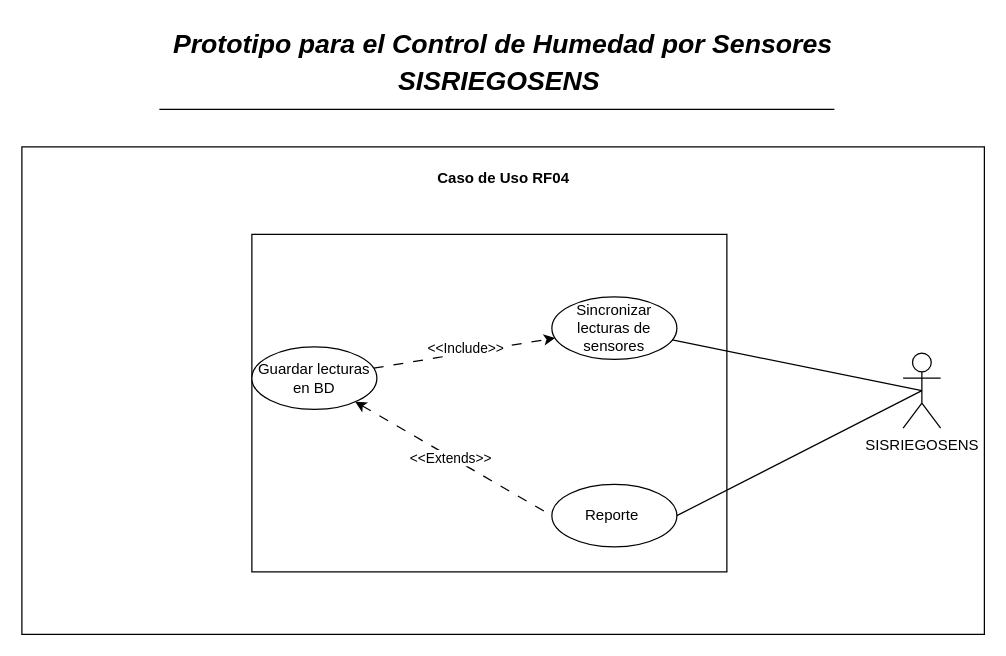
Earlier version of the draw.io diagram page "Guarda_BD" (6 of 7) of Casos_Uso.drawio (Gelo9033/Sistema_Riego). Source tidied: cells renumbered, new cells numbered last; positions are measured from the earlier drawing's top-left corner, leaving out a move shared by most shapes. Both pictures are drawn from the tidied source at 125%, with x=0, y=0 at pixel (21, 21).
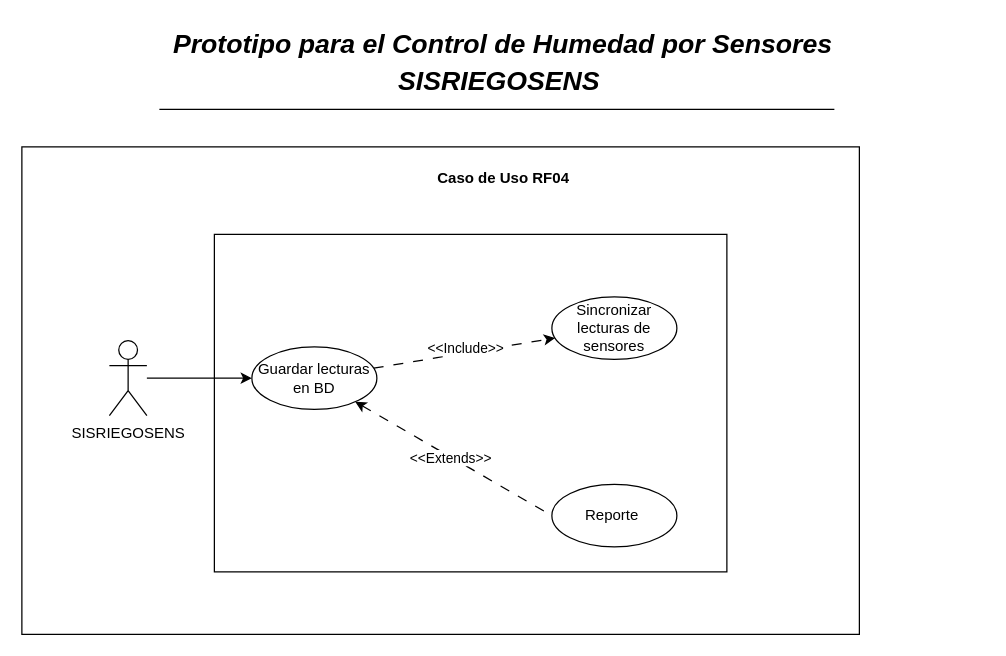
The same diagram, later.

The change refers to these unchanged cells:
```xml
<mxCell id="10" style="group;" parent="1" vertex="1">
  <mxGeometry x="184" y="170" width="380" height="270" as="geometry" />
</mxCell>
<mxCell id="15" value="Guardar lecturas en BD" style="ellipse;whiteSpace=wrap;html=1;" parent="10" vertex="1">
  <mxGeometry y="90" width="100" height="50" as="geometry" />
</mxCell>
<mxCell id="16" value="Sincronizar lecturas de sensores" style="ellipse;whiteSpace=wrap;html=1;" parent="10" vertex="1">
  <mxGeometry x="240" y="50" width="100" height="50" as="geometry" />
</mxCell>
<mxCell id="17" value="Reporte&amp;nbsp;" style="ellipse;whiteSpace=wrap;html=1;" parent="10" vertex="1">
  <mxGeometry x="240" y="200" width="100" height="50" as="geometry" />
</mxCell>
```

What changed in the source:
```diff
@@
     <mxCell id="5" style="whiteSpace=wrap;html=1;fillColor=none;" parent="1" vertex="1">
-      <mxGeometry y="100" width="770" height="390" as="geometry" />
+      <mxGeometry y="100" width="670" height="390" as="geometry" />
     </mxCell>
@@
+    <mxCell id="19" style="rounded=0;jettySize=auto;html=1;entryX=0;entryY=0.5;entryDx=0;entryDy=0;" parent="1" edge="1" source="7" target="15">
+      <mxGeometry relative="1" as="geometry" />
+    </mxCell>
     <mxCell id="7" value="SISRIEGOSENS" style="shape=umlActor;verticalLabelPosition=bottom;verticalAlign=top;html=1;outlineConnect=0;" parent="1" vertex="1">
-      <mxGeometry x="705" y="265" width="30" height="60" as="geometry" />
+      <mxGeometry x="70" y="255" width="30" height="60" as="geometry" />
     </mxCell>
-    <mxCell id="8" style="rounded=0;jettySize=auto;html=1;endArrow=none;startFill=0;entryX=0.5;entryY=0.5;entryDx=0;entryDy=0;entryPerimeter=0;" parent="1" edge="1" source="16" target="7">
-      <mxGeometry relative="1" as="geometry" />
-    </mxCell>
-    <mxCell id="9" style="rounded=0;jettySize=auto;html=1;entryX=0.5;entryY=0.5;entryDx=0;entryDy=0;entryPerimeter=0;exitX=1;exitY=0.5;exitDx=0;exitDy=0;endArrow=none;startFill=0;" parent="1" edge="1" source="17" target="7">
-      <mxGeometry relative="1" as="geometry" />
-    </mxCell>
@@
     <mxCell id="11" style="whiteSpace=wrap;html=1;fillColor=none;" parent="10" vertex="1">
-      <mxGeometry width="380" height="270" as="geometry" />
+      <mxGeometry x="-30" width="410" height="270" as="geometry" />
     </mxCell>
```
